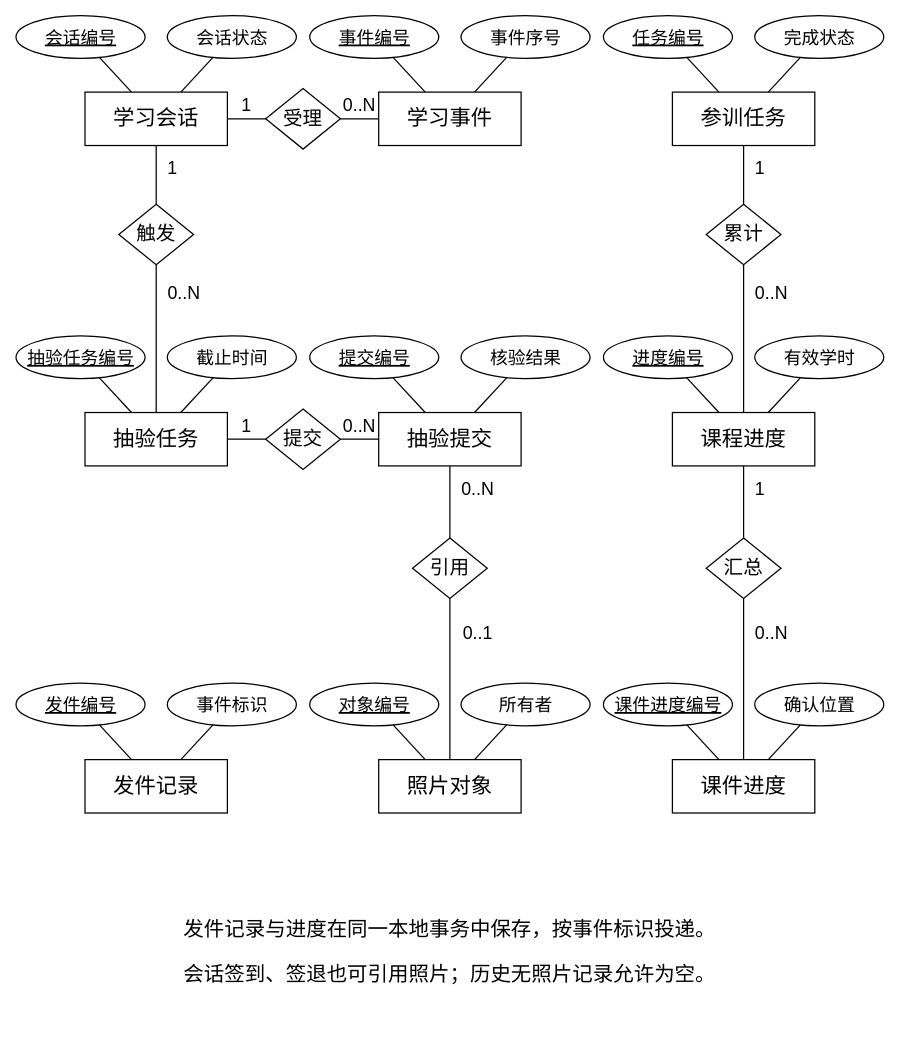
The draw.io diagram docs/thesis/figures/advisor-20260930/er-learning.drawio in Lijian500/road-transport-training-platform, before the edit. Source tidied: cells renumbered, new cells numbered last; positions are measured from the earlier drawing's top-left corner, leaving out a move shared by most shapes. Both pictures are drawn from the tidied source at 89%, with x=0, y=0 at pixel (15, 15).
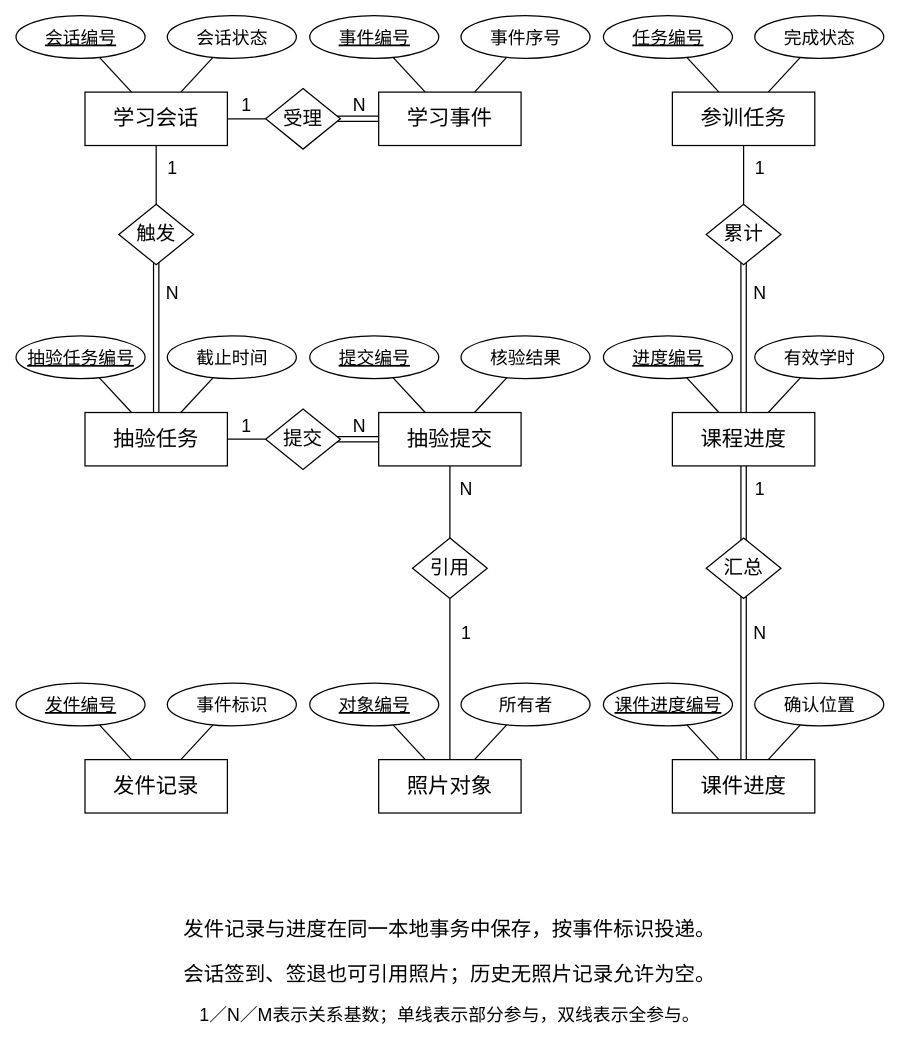
The same diagram, later.

Diff of the diagram source:
```diff
@@
     <mxCell id="21" style="endArrow=none;startArrow=none;strokeColor=#000000;strokeWidth=1.4;rounded=0;" parent="1" edge="1">
       <mxGeometry relative="1" as="geometry">
-        <mxPoint x="365" y="116" as="sourcePoint" />
-        <mxPoint x="408" y="116" as="targetPoint" />
+        <mxPoint x="357" y="113" as="sourcePoint" />
+        <mxPoint x="416" y="113" as="targetPoint" />
       </mxGeometry>
     </mxCell>
-    <mxCell id="22" style="endArrow=none;startArrow=none;strokeColor=#000000;strokeWidth=1.4;rounded=0;" parent="1" edge="1">
-      <mxGeometry relative="1" as="geometry">
-        <mxPoint x="158" y="146" as="sourcePoint" />
-        <mxPoint x="158" y="212" as="targetPoint" />
-      </mxGeometry>
-    </mxCell>
-    <mxCell id="23" style="endArrow=none;startArrow=none;strokeColor=#000000;strokeWidth=1.4;rounded=0;" parent="1" edge="1">
-      <mxGeometry relative="1" as="geometry">
-        <mxPoint x="158" y="280" as="sourcePoint" />
-        <mxPoint x="158" y="446" as="targetPoint" />
-      </mxGeometry>
-    </mxCell>
-    <mxCell id="24" style="endArrow=none;startArrow=none;strokeColor=#000000;strokeWidth=1.4;rounded=0;" parent="1" edge="1">
-      <mxGeometry relative="1" as="geometry">
-        <mxPoint x="238" y="476" as="sourcePoint" />
-        <mxPoint x="281" y="476" as="targetPoint" />
-      </mxGeometry>
-    </mxCell>
+    <mxCell id="79" style="endArrow=none;startArrow=none;strokeColor=#000000;strokeWidth=1.4;rounded=0;" parent="1" edge="1">
+      <mxGeometry relative="1" as="geometry">
+        <mxPoint x="357" y="119" as="sourcePoint" />
+        <mxPoint x="416" y="119" as="targetPoint" />
+      </mxGeometry>
+    </mxCell>
+    <mxCell id="80" style="endArrow=none;startArrow=none;strokeColor=#000000;strokeWidth=1.4;rounded=0;" parent="1" edge="1">
+      <mxGeometry relative="1" as="geometry">
+        <mxPoint x="158" y="146" as="sourcePoint" />
+        <mxPoint x="158" y="212" as="targetPoint" />
+      </mxGeometry>
+    </mxCell>
+    <mxCell id="81" style="endArrow=none;startArrow=none;strokeColor=#000000;strokeWidth=1.4;rounded=0;" parent="1" edge="1">
+      <mxGeometry relative="1" as="geometry">
+        <mxPoint x="161" y="272" as="sourcePoint" />
+        <mxPoint x="161" y="454" as="targetPoint" />
+      </mxGeometry>
+    </mxCell>
+    <mxCell id="82" style="endArrow=none;startArrow=none;strokeColor=#000000;strokeWidth=1.4;rounded=0;" parent="1" edge="1">
+      <mxGeometry relative="1" as="geometry">
+        <mxPoint x="155" y="272" as="sourcePoint" />
+        <mxPoint x="155" y="454" as="targetPoint" />
+      </mxGeometry>
+    </mxCell>
     <mxCell id="25" style="endArrow=none;startArrow=none;strokeColor=#000000;strokeWidth=1.4;rounded=0;" parent="1" edge="1">
       <mxGeometry relative="1" as="geometry">
-        <mxPoint x="365" y="476" as="sourcePoint" />
-        <mxPoint x="408" y="476" as="targetPoint" />
+        <mxPoint x="238" y="476" as="sourcePoint" />
+        <mxPoint x="281" y="476" as="targetPoint" />
       </mxGeometry>
     </mxCell>
+    <mxCell id="83" style="endArrow=none;startArrow=none;strokeColor=#000000;strokeWidth=1.4;rounded=0;" parent="1" edge="1">
+      <mxGeometry relative="1" as="geometry">
+        <mxPoint x="357" y="473" as="sourcePoint" />
+        <mxPoint x="416" y="473" as="targetPoint" />
+      </mxGeometry>
+    </mxCell>
     <mxCell id="26" style="endArrow=none;startArrow=none;strokeColor=#000000;strokeWidth=1.4;rounded=0;" parent="1" edge="1">
       <mxGeometry relative="1" as="geometry">
-        <mxPoint x="488" y="506" as="sourcePoint" />
-        <mxPoint x="488" y="587" as="targetPoint" />
+        <mxPoint x="357" y="479" as="sourcePoint" />
+        <mxPoint x="416" y="479" as="targetPoint" />
       </mxGeometry>
     </mxCell>
-    <mxCell id="27" style="endArrow=none;startArrow=none;strokeColor=#000000;strokeWidth=1.4;rounded=0;" parent="1" edge="1">
-      <mxGeometry relative="1" as="geometry">
-        <mxPoint x="488" y="655" as="sourcePoint" />
-        <mxPoint x="488" y="836" as="targetPoint" />
-      </mxGeometry>
-    </mxCell>
+    <mxCell id="84" style="endArrow=none;startArrow=none;strokeColor=#000000;strokeWidth=1.4;rounded=0;" parent="1" edge="1">
+      <mxGeometry relative="1" as="geometry">
+        <mxPoint x="488" y="506" as="sourcePoint" />
+        <mxPoint x="488" y="587" as="targetPoint" />
+      </mxGeometry>
+    </mxCell>
     <mxCell id="28" style="endArrow=none;startArrow=none;strokeColor=#000000;strokeWidth=1.4;rounded=0;" parent="1" edge="1">
       <mxGeometry relative="1" as="geometry">
-        <mxPoint x="818" y="506" as="sourcePoint" />
-        <mxPoint x="818" y="587" as="targetPoint" />
+        <mxPoint x="488" y="655" as="sourcePoint" />
+        <mxPoint x="488" y="836" as="targetPoint" />
       </mxGeometry>
     </mxCell>
-    <mxCell id="29" style="endArrow=none;startArrow=none;strokeColor=#000000;strokeWidth=1.4;rounded=0;" parent="1" edge="1">
-      <mxGeometry relative="1" as="geometry">
-        <mxPoint x="818" y="655" as="sourcePoint" />
-        <mxPoint x="818" y="836" as="targetPoint" />
-      </mxGeometry>
-    </mxCell>
-    <mxCell id="30" style="endArrow=none;startArrow=none;strokeColor=#000000;strokeWidth=1.4;rounded=0;" parent="1" edge="1">
-      <mxGeometry relative="1" as="geometry">
-        <mxPoint x="818" y="146" as="sourcePoint" />
-        <mxPoint x="818" y="212" as="targetPoint" />
-      </mxGeometry>
-    </mxCell>
+    <mxCell id="85" style="endArrow=none;startArrow=none;strokeColor=#000000;strokeWidth=1.4;rounded=0;" parent="1" edge="1">
+      <mxGeometry relative="1" as="geometry">
+        <mxPoint x="821" y="498" as="sourcePoint" />
+        <mxPoint x="821" y="595" as="targetPoint" />
+      </mxGeometry>
+    </mxCell>
+    <mxCell id="86" style="endArrow=none;startArrow=none;strokeColor=#000000;strokeWidth=1.4;rounded=0;" parent="1" edge="1">
+      <mxGeometry relative="1" as="geometry">
+        <mxPoint x="815" y="498" as="sourcePoint" />
+        <mxPoint x="815" y="595" as="targetPoint" />
+      </mxGeometry>
+    </mxCell>
+    <mxCell id="87" style="endArrow=none;startArrow=none;strokeColor=#000000;strokeWidth=1.4;rounded=0;" parent="1" edge="1">
+      <mxGeometry relative="1" as="geometry">
+        <mxPoint x="821" y="647" as="sourcePoint" />
+        <mxPoint x="821" y="844" as="targetPoint" />
+      </mxGeometry>
+    </mxCell>
     <mxCell id="31" style="endArrow=none;startArrow=none;strokeColor=#000000;strokeWidth=1.4;rounded=0;" parent="1" edge="1">
       <mxGeometry relative="1" as="geometry">
-        <mxPoint x="818" y="280" as="sourcePoint" />
-        <mxPoint x="818" y="446" as="targetPoint" />
+        <mxPoint x="815" y="647" as="sourcePoint" />
+        <mxPoint x="815" y="844" as="targetPoint" />
       </mxGeometry>
     </mxCell>
+    <mxCell id="88" style="endArrow=none;startArrow=none;strokeColor=#000000;strokeWidth=1.4;rounded=0;" parent="1" edge="1">
+      <mxGeometry relative="1" as="geometry">
+        <mxPoint x="818" y="146" as="sourcePoint" />
+        <mxPoint x="818" y="212" as="targetPoint" />
+      </mxGeometry>
+    </mxCell>
+    <mxCell id="89" style="endArrow=none;startArrow=none;strokeColor=#000000;strokeWidth=1.4;rounded=0;" parent="1" edge="1">
+      <mxGeometry relative="1" as="geometry">
+        <mxPoint x="821" y="272" as="sourcePoint" />
+        <mxPoint x="821" y="454" as="targetPoint" />
+      </mxGeometry>
+    </mxCell>
+    <mxCell id="90" style="endArrow=none;startArrow=none;strokeColor=#000000;strokeWidth=1.4;rounded=0;" parent="1" edge="1">
+      <mxGeometry relative="1" as="geometry">
+        <mxPoint x="815" y="272" as="sourcePoint" />
+        <mxPoint x="815" y="454" as="targetPoint" />
+      </mxGeometry>
+    </mxCell>
@@
-    <mxCell id="61" value="0..N" style="text;strokeColor=none;whiteSpace=wrap;html=1;fillColor=#ffffff;fontColor=#000000;fontFamily=SimSun;fontSize=20;align=center;verticalAlign=middle;spacing=0;fillColor=none;" parent="1" vertex="1">
-      <mxGeometry x="360" y="86" width="53" height="28" as="geometry" />
-    </mxCell>
-    <mxCell id="62" value="触发" style="rhombus;whiteSpace=wrap;html=1;fillColor=#ffffff;fontColor=#000000;fontFamily=SimSun;fontSize=22;align=center;verticalAlign=middle;spacing=0;strokeColor=#000000;strokeWidth=1.4;" parent="1" vertex="1">
-      <mxGeometry x="116" y="212" width="84" height="68" as="geometry" />
+    <mxCell id="62" value="N" style="text;strokeColor=none;whiteSpace=wrap;html=1;fillColor=#ffffff;fontColor=#000000;fontFamily=SimSun;fontSize=20;align=center;verticalAlign=middle;spacing=0;fillColor=none;" parent="1" vertex="1">
+      <mxGeometry x="373" y="86" width="27" height="28" as="geometry" />
     </mxCell>
+    <mxCell id="91" value="触发" style="rhombus;whiteSpace=wrap;html=1;fillColor=#ffffff;fontColor=#000000;fontFamily=SimSun;fontSize=22;align=center;verticalAlign=middle;spacing=0;strokeColor=#000000;strokeWidth=1.4;" parent="1" vertex="1">
+      <mxGeometry x="116" y="212" width="84" height="68" as="geometry" />
+    </mxCell>
@@
-    <mxCell id="64" value="0..N" style="text;strokeColor=none;whiteSpace=wrap;html=1;fillColor=#ffffff;fontColor=#000000;fontFamily=SimSun;fontSize=20;align=center;verticalAlign=middle;spacing=0;fillColor=none;" parent="1" vertex="1">
-      <mxGeometry x="163" y="296.5" width="53" height="28" as="geometry" />
-    </mxCell>
-    <mxCell id="65" value="提交" style="rhombus;whiteSpace=wrap;html=1;fillColor=#ffffff;fontColor=#000000;fontFamily=SimSun;fontSize=22;align=center;verticalAlign=middle;spacing=0;strokeColor=#000000;strokeWidth=1.4;" parent="1" vertex="1">
-      <mxGeometry x="281" y="442" width="84" height="68" as="geometry" />
-    </mxCell>
+    <mxCell id="92" value="N" style="text;strokeColor=none;whiteSpace=wrap;html=1;fillColor=#ffffff;fontColor=#000000;fontFamily=SimSun;fontSize=20;align=center;verticalAlign=middle;spacing=0;fillColor=none;" parent="1" vertex="1">
+      <mxGeometry x="163" y="296.5" width="27" height="28" as="geometry" />
+    </mxCell>
-    <mxCell id="66" value="1" style="text;strokeColor=none;whiteSpace=wrap;html=1;fillColor=#ffffff;fontColor=#000000;fontFamily=SimSun;fontSize=20;align=center;verticalAlign=middle;spacing=0;fillColor=none;" parent="1" vertex="1">
-      <mxGeometry x="246" y="446" width="27" height="28" as="geometry" />
+    <mxCell id="66" value="提交" style="rhombus;whiteSpace=wrap;html=1;fillColor=#ffffff;fontColor=#000000;fontFamily=SimSun;fontSize=22;align=center;verticalAlign=middle;spacing=0;strokeColor=#000000;strokeWidth=1.4;" parent="1" vertex="1">
+      <mxGeometry x="281" y="442" width="84" height="68" as="geometry" />
     </mxCell>
-    <mxCell id="67" value="0..N" style="text;strokeColor=none;whiteSpace=wrap;html=1;fillColor=#ffffff;fontColor=#000000;fontFamily=SimSun;fontSize=20;align=center;verticalAlign=middle;spacing=0;fillColor=none;" parent="1" vertex="1">
-      <mxGeometry x="360" y="446" width="53" height="28" as="geometry" />
+    <mxCell id="67" value="1" style="text;strokeColor=none;whiteSpace=wrap;html=1;fillColor=#ffffff;fontColor=#000000;fontFamily=SimSun;fontSize=20;align=center;verticalAlign=middle;spacing=0;fillColor=none;" parent="1" vertex="1">
+      <mxGeometry x="246" y="446" width="27" height="28" as="geometry" />
     </mxCell>
+    <mxCell id="69" value="N" style="text;strokeColor=none;whiteSpace=wrap;html=1;fillColor=#ffffff;fontColor=#000000;fontFamily=SimSun;fontSize=20;align=center;verticalAlign=middle;spacing=0;fillColor=none;" parent="1" vertex="1">
+      <mxGeometry x="373" y="446" width="27" height="28" as="geometry" />
+    </mxCell>
@@
-    <mxCell id="69" value="0..N" style="text;strokeColor=none;whiteSpace=wrap;html=1;fillColor=#ffffff;fontColor=#000000;fontFamily=SimSun;fontSize=20;align=center;verticalAlign=middle;spacing=0;fillColor=none;" parent="1" vertex="1">
-      <mxGeometry x="493" y="517" width="53" height="28" as="geometry" />
-    </mxCell>
-    <mxCell id="70" value="0..1" style="text;strokeColor=none;whiteSpace=wrap;html=1;fillColor=#ffffff;fontColor=#000000;fontFamily=SimSun;fontSize=20;align=center;verticalAlign=middle;spacing=0;fillColor=none;" parent="1" vertex="1">
-      <mxGeometry x="493" y="679" width="53" height="28" as="geometry" />
-    </mxCell>
-    <mxCell id="71" value="汇总" style="rhombus;whiteSpace=wrap;html=1;fillColor=#ffffff;fontColor=#000000;fontFamily=SimSun;fontSize=22;align=center;verticalAlign=middle;spacing=0;strokeColor=#000000;strokeWidth=1.4;" parent="1" vertex="1">
-      <mxGeometry x="776" y="587" width="84" height="68" as="geometry" />
+    <mxCell id="71" value="N" style="text;strokeColor=none;whiteSpace=wrap;html=1;fillColor=#ffffff;fontColor=#000000;fontFamily=SimSun;fontSize=20;align=center;verticalAlign=middle;spacing=0;fillColor=none;" parent="1" vertex="1">
+      <mxGeometry x="493" y="517" width="27" height="28" as="geometry" />
     </mxCell>
     <mxCell id="72" value="1" style="text;strokeColor=none;whiteSpace=wrap;html=1;fillColor=#ffffff;fontColor=#000000;fontFamily=SimSun;fontSize=20;align=center;verticalAlign=middle;spacing=0;fillColor=none;" parent="1" vertex="1">
-      <mxGeometry x="823" y="517" width="27" height="28" as="geometry" />
+      <mxGeometry x="493" y="679" width="27" height="28" as="geometry" />
     </mxCell>
-    <mxCell id="73" value="0..N" style="text;strokeColor=none;whiteSpace=wrap;html=1;fillColor=#ffffff;fontColor=#000000;fontFamily=SimSun;fontSize=20;align=center;verticalAlign=middle;spacing=0;fillColor=none;" parent="1" vertex="1">
-      <mxGeometry x="823" y="679" width="53" height="28" as="geometry" />
-    </mxCell>
-    <mxCell id="74" value="累计" style="rhombus;whiteSpace=wrap;html=1;fillColor=#ffffff;fontColor=#000000;fontFamily=SimSun;fontSize=22;align=center;verticalAlign=middle;spacing=0;strokeColor=#000000;strokeWidth=1.4;" parent="1" vertex="1">
-      <mxGeometry x="776" y="212" width="84" height="68" as="geometry" />
-    </mxCell>
-    <mxCell id="75" value="1" style="text;strokeColor=none;whiteSpace=wrap;html=1;fillColor=#ffffff;fontColor=#000000;fontFamily=SimSun;fontSize=20;align=center;verticalAlign=middle;spacing=0;fillColor=none;" parent="1" vertex="1">
-      <mxGeometry x="823" y="157" width="27" height="28" as="geometry" />
-    </mxCell>
+    <mxCell id="93" value="汇总" style="rhombus;whiteSpace=wrap;html=1;fillColor=#ffffff;fontColor=#000000;fontFamily=SimSun;fontSize=22;align=center;verticalAlign=middle;spacing=0;strokeColor=#000000;strokeWidth=1.4;" parent="1" vertex="1">
+      <mxGeometry x="776" y="587" width="84" height="68" as="geometry" />
+    </mxCell>
+    <mxCell id="94" value="1" style="text;strokeColor=none;whiteSpace=wrap;html=1;fillColor=#ffffff;fontColor=#000000;fontFamily=SimSun;fontSize=20;align=center;verticalAlign=middle;spacing=0;fillColor=none;" parent="1" vertex="1">
+      <mxGeometry x="823" y="517" width="27" height="28" as="geometry" />
+    </mxCell>
-    <mxCell id="76" value="0..N" style="text;strokeColor=none;whiteSpace=wrap;html=1;fillColor=#ffffff;fontColor=#000000;fontFamily=SimSun;fontSize=20;align=center;verticalAlign=middle;spacing=0;fillColor=none;" parent="1" vertex="1">
-      <mxGeometry x="823" y="296.5" width="53" height="28" as="geometry" />
+    <mxCell id="76" value="N" style="text;strokeColor=none;whiteSpace=wrap;html=1;fillColor=#ffffff;fontColor=#000000;fontFamily=SimSun;fontSize=20;align=center;verticalAlign=middle;spacing=0;fillColor=none;" parent="1" vertex="1">
+      <mxGeometry x="823" y="679" width="27" height="28" as="geometry" />
     </mxCell>
-    <mxCell id="77" value="发件记录与进度在同一本地事务中保存，按事件标识投递。" style="text;strokeColor=none;whiteSpace=wrap;html=1;fillColor=#ffffff;fontColor=#000000;fontFamily=SimSun;fontSize=23;align=center;verticalAlign=middle;spacing=0;fillColor=none;" parent="1" vertex="1">
-      <mxGeometry x="28" y="1006" width="920" height="42" as="geometry" />
+    <mxCell id="77" value="累计" style="rhombus;whiteSpace=wrap;html=1;fillColor=#ffffff;fontColor=#000000;fontFamily=SimSun;fontSize=22;align=center;verticalAlign=middle;spacing=0;strokeColor=#000000;strokeWidth=1.4;" parent="1" vertex="1">
+      <mxGeometry x="776" y="212" width="84" height="68" as="geometry" />
     </mxCell>
+    <mxCell id="75" value="1" style="text;strokeColor=none;whiteSpace=wrap;html=1;fillColor=#ffffff;fontColor=#000000;fontFamily=SimSun;fontSize=20;align=center;verticalAlign=middle;spacing=0;fillColor=none;" parent="1" vertex="1">
+      <mxGeometry x="823" y="157" width="27" height="28" as="geometry" />
+    </mxCell>
+    <mxCell id="95" value="N" style="text;strokeColor=none;whiteSpace=wrap;html=1;fillColor=#ffffff;fontColor=#000000;fontFamily=SimSun;fontSize=20;align=center;verticalAlign=middle;spacing=0;fillColor=none;" parent="1" vertex="1">
+      <mxGeometry x="823" y="296.5" width="27" height="28" as="geometry" />
+    </mxCell>
+    <mxCell id="96" value="发件记录与进度在同一本地事务中保存，按事件标识投递。" style="text;strokeColor=none;whiteSpace=wrap;html=1;fillColor=#ffffff;fontColor=#000000;fontFamily=SimSun;fontSize=23;align=center;verticalAlign=middle;spacing=0;fillColor=none;" parent="1" vertex="1">
+      <mxGeometry x="28" y="1006" width="920" height="42" as="geometry" />
+    </mxCell>
@@
+    <mxCell id="97" value="1／N／M表示关系基数；单线表示部分参与，双线表示全参与。" style="text;strokeColor=none;whiteSpace=wrap;html=1;fillColor=#ffffff;fontColor=#000000;fontFamily=SimSun;fontSize=20;align=center;verticalAlign=middle;spacing=0;fillColor=none;" parent="1" vertex="1">
+      <mxGeometry x="18" y="1106" width="940" height="32" as="geometry" />
+    </mxCell>
```
